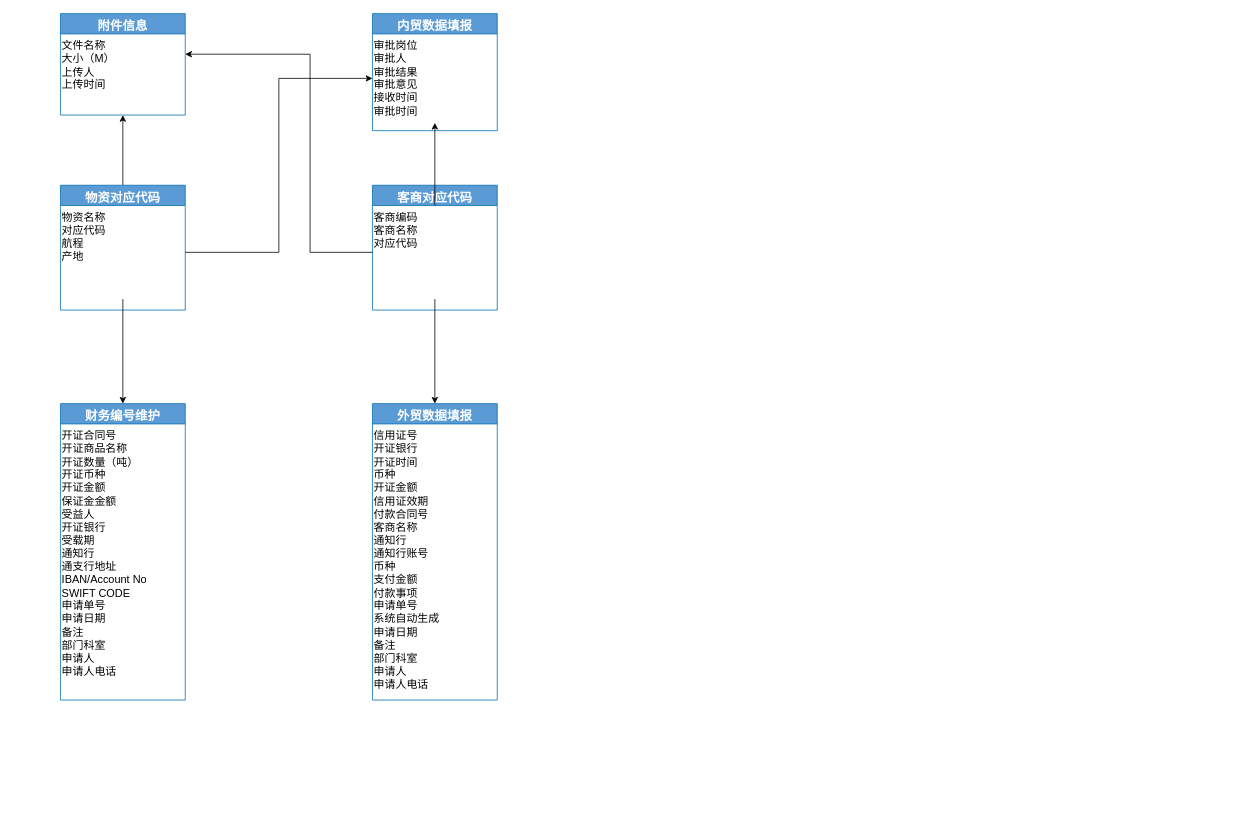
This is page "填报" (3 of 4) of 未命名绘图.drawio from vk567/vk567, a draw.io file, before an edit. Source tidied: cells renumbered, new cells numbered last; positions are measured from the earlier drawing's top-left corner, leaving out a move shared by most shapes. Both pictures are drawn from the tidied source at 78%, with x=0, y=0 at pixel (60, 13).
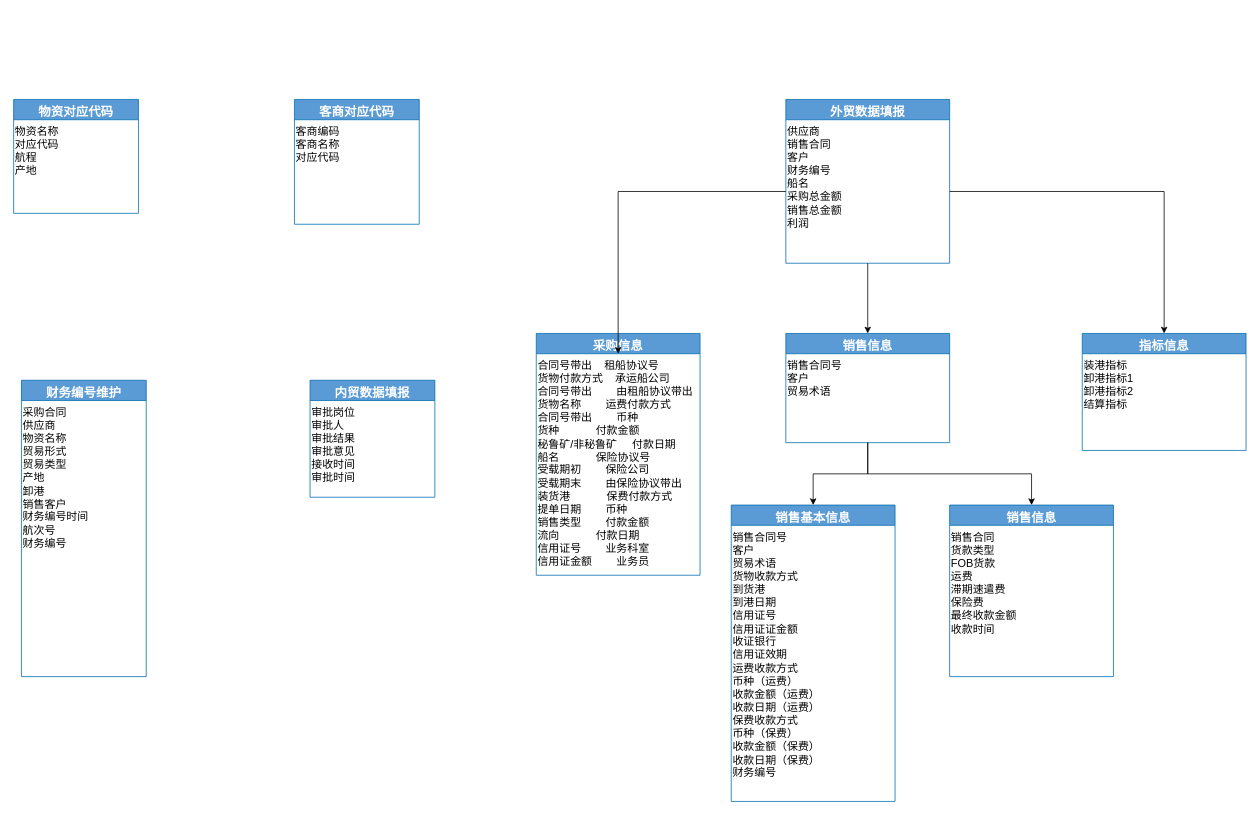
Above is the later version.

Commit message (it also covers changes not shown here):
更新未命名绘图.drawio

The change refers to these unchanged cells:
```xml
<mxCell id="4" value="&lt;div&gt;物资名称&lt;/div&gt;&lt;div&gt;&lt;span style=&quot;font-size: 14px;&quot;&gt;对应代码&lt;/span&gt;&lt;/div&gt;&lt;div&gt;&lt;span style=&quot;font-size: 14px;&quot;&gt;航程&lt;/span&gt;&lt;/div&gt;&lt;div&gt;&lt;span style=&quot;font-size: 14px;&quot;&gt;产地&lt;/span&gt;&lt;/div&gt;" style="text;whiteSpace=wrap;html=1;fontSize=14;" parent="3" vertex="1">
  <mxGeometry y="26" width="160" height="120" as="geometry" />
</mxCell>
<mxCell id="9" value="&lt;div&gt;客商编码&lt;/div&gt;&lt;div&gt;&lt;span style=&quot;font-size: 14px;&quot;&gt;客商名称&lt;/span&gt;&lt;/div&gt;&lt;div&gt;&lt;span style=&quot;font-size: 14px;&quot;&gt;对应代码&lt;/span&gt;&lt;/div&gt;" style="text;whiteSpace=wrap;html=1;fontSize=14;" parent="8" vertex="1">
  <mxGeometry y="26" width="160" height="120" as="geometry" />
</mxCell>
<mxCell id="16" value="&lt;div&gt;审批岗位&lt;/div&gt;&lt;div&gt;&lt;span style=&quot;font-size: 14px;&quot;&gt;审批人&lt;/span&gt;&lt;/div&gt;&lt;div&gt;&lt;span style=&quot;font-size: 14px;&quot;&gt;审批结果&lt;/span&gt;&lt;/div&gt;&lt;div&gt;&lt;span style=&quot;font-size: 14px;&quot;&gt;审批意见&lt;/span&gt;&lt;/div&gt;&lt;div&gt;&lt;span style=&quot;font-size: 14px;&quot;&gt;接收时间&lt;/span&gt;&lt;/div&gt;&lt;div&gt;&lt;span style=&quot;font-size: 14px;&quot;&gt;审批时间&lt;/span&gt;&lt;/div&gt;" style="text;whiteSpace=wrap;html=1;fontSize=14;" parent="15" vertex="1">
  <mxGeometry y="26" width="160" height="114" as="geometry" />
</mxCell>
```

The edit, as a diff of the source:
```diff
@@
-    <mxCell id="2" style="edgeStyle=orthogonalEdgeStyle;rounded=0;jettySize=auto;html=1;entryX=0.5;entryY=1;entryDx=0;entryDy=0;" parent="1" edge="1" source="3" target="14">
-      <mxGeometry relative="1" as="geometry" />
-    </mxCell>
     <mxCell id="3" value="物资对应代码" style="swimlane;fontStyle=1;align=center;verticalAlign=top;horizontal=1;startSize=26;rounded=0;shadow=0;strokeWidth=1;fillColor=#5B9BD5;fontColor=#ffffff;strokeColor=#006EAF;fillStyle=solid;fontSize=16;" parent="1" vertex="1">
-      <mxGeometry y="220" width="160" height="160" as="geometry" />
+      <mxGeometry x="-60" y="110" width="160" height="146" as="geometry" />
     </mxCell>
@@
     <mxCell id="5" value="财务编号维护&#10;" style="swimlane;fontStyle=1;align=center;verticalAlign=top;horizontal=1;startSize=26;rounded=0;shadow=0;strokeWidth=1;fillColor=#5B9BD5;fontColor=#ffffff;strokeColor=#006EAF;fillStyle=solid;fontSize=16;" parent="1" vertex="1">
-      <mxGeometry y="500" width="160" height="380" as="geometry" />
+      <mxGeometry x="-50" y="470" width="160" height="380" as="geometry" />
     </mxCell>
-    <mxCell id="6" value="&lt;div&gt;开证合同号&lt;/div&gt;&lt;div&gt;&lt;span style=&quot;font-size: 14px;&quot;&gt;开证商品名称&lt;/span&gt;&lt;/div&gt;&lt;div&gt;&lt;span style=&quot;font-size: 14px;&quot;&gt;开证数量（吨）&lt;/span&gt;&lt;/div&gt;&lt;div&gt;&lt;span style=&quot;font-size: 14px;&quot;&gt;开证币种&lt;/span&gt;&lt;/div&gt;&lt;div&gt;&lt;span style=&quot;font-size: 14px;&quot;&gt;开证金额&lt;/span&gt;&lt;/div&gt;&lt;div&gt;&lt;span style=&quot;font-size: 14px;&quot;&gt;保证金金额&lt;/span&gt;&lt;/div&gt;&lt;div&gt;&lt;span style=&quot;font-size: 14px;&quot;&gt;受益人&lt;/span&gt;&lt;/div&gt;&lt;div&gt;&lt;span style=&quot;font-size: 14px;&quot;&gt;开证银行&lt;/span&gt;&lt;/div&gt;&lt;div&gt;&lt;span style=&quot;font-size: 14px;&quot;&gt;受载期&lt;/span&gt;&lt;/div&gt;&lt;div&gt;&lt;span style=&quot;font-size: 14px;&quot;&gt;通知行&lt;/span&gt;&lt;/div&gt;&lt;div&gt;&lt;span style=&quot;font-size: 14px;&quot;&gt;通支行地址&lt;/span&gt;&lt;/div&gt;&lt;div&gt;&lt;span style=&quot;font-size: 14px;&quot;&gt;IBAN/Account No&lt;/span&gt;&lt;/div&gt;&lt;div&gt;&lt;span style=&quot;font-size: 14px;&quot;&gt;SWIFT CODE&lt;/span&gt;&lt;/div&gt;&lt;div&gt;&lt;span style=&quot;font-size: 14px;&quot;&gt;申请单号&lt;/span&gt;&lt;/div&gt;&lt;div&gt;&lt;span style=&quot;font-size: 14px;&quot;&gt;申请日期&lt;/span&gt;&lt;/div&gt;&lt;div&gt;&lt;span style=&quot;font-size: 14px;&quot;&gt;备注&lt;/span&gt;&lt;/div&gt;&lt;div&gt;&lt;span style=&quot;font-size: 14px;&quot;&gt;部门科室&lt;/span&gt;&lt;/div&gt;&lt;div&gt;&lt;span style=&quot;font-size: 14px;&quot;&gt;申请人&lt;/span&gt;&lt;/div&gt;&lt;div&gt;&lt;span style=&quot;font-size: 14px;&quot;&gt;申请人电话&lt;/span&gt;&lt;/div&gt;" style="text;whiteSpace=wrap;html=1;fontSize=14;" parent="5" vertex="1">
+    <mxCell id="6" value="&lt;div&gt;采购合同&lt;/div&gt;&lt;div&gt;&lt;span style=&quot;font-size: 14px;&quot;&gt;供应商&lt;/span&gt;&lt;/div&gt;&lt;div&gt;&lt;span style=&quot;font-size: 14px;&quot;&gt;物资名称&lt;/span&gt;&lt;/div&gt;&lt;div&gt;&lt;span style=&quot;font-size: 14px;&quot;&gt;贸易形式&lt;/span&gt;&lt;/div&gt;&lt;div&gt;&lt;span style=&quot;font-size: 14px;&quot;&gt;贸易类型&lt;/span&gt;&lt;/div&gt;&lt;div&gt;&lt;span style=&quot;font-size: 14px;&quot;&gt;产地&lt;/span&gt;&lt;/div&gt;&lt;div&gt;&lt;span style=&quot;font-size: 14px;&quot;&gt;卸港&lt;/span&gt;&lt;/div&gt;&lt;div&gt;&lt;span style=&quot;font-size: 14px;&quot;&gt;销售客户&lt;/span&gt;&lt;/div&gt;&lt;div&gt;&lt;span style=&quot;font-size: 14px;&quot;&gt;财务编号时间&lt;/span&gt;&lt;/div&gt;&lt;div&gt;&lt;span style=&quot;font-size: 14px;&quot;&gt;航次号&lt;/span&gt;&lt;/div&gt;&lt;div&gt;&lt;span style=&quot;font-size: 14px;&quot;&gt;财务编号&lt;/span&gt;&lt;/div&gt;&lt;div&gt;&lt;br&gt;&lt;/div&gt;" style="text;whiteSpace=wrap;html=1;fontSize=14;" parent="5" vertex="1">
       <mxGeometry y="26" width="160" height="354" as="geometry" />
     </mxCell>
-    <mxCell id="7" style="edgeStyle=orthogonalEdgeStyle;rounded=0;jettySize=auto;html=1;" parent="1" edge="1" source="4" target="5">
-      <mxGeometry relative="1" as="geometry" />
-    </mxCell>
     <mxCell id="8" value="客商对应代码" style="swimlane;fontStyle=1;align=center;verticalAlign=top;horizontal=1;startSize=26;rounded=0;shadow=0;strokeWidth=1;fillColor=#5B9BD5;fontColor=#ffffff;strokeColor=#006EAF;fillStyle=solid;fontSize=16;" parent="1" vertex="1">
-      <mxGeometry x="400" y="220" width="160" height="160" as="geometry" />
+      <mxGeometry x="300" y="110" width="160" height="160" as="geometry" />
     </mxCell>
@@
-    <mxCell id="10" value="外贸数据填报" style="swimlane;fontStyle=1;align=center;verticalAlign=top;horizontal=1;startSize=26;rounded=0;shadow=0;strokeWidth=1;fillColor=#5B9BD5;fontColor=#ffffff;strokeColor=#006EAF;fillStyle=solid;fontSize=16;" parent="1" vertex="1">
-      <mxGeometry x="400" y="500" width="160" height="380" as="geometry" />
+    <mxCell id="10" value="采购信息" style="swimlane;fontStyle=1;align=center;verticalAlign=top;horizontal=1;startSize=26;rounded=0;shadow=0;strokeWidth=1;fillColor=#5B9BD5;fontColor=#ffffff;strokeColor=#006EAF;fillStyle=solid;fontSize=16;" parent="1" vertex="1">
+      <mxGeometry x="610" y="410" width="210" height="310" as="geometry" />
     </mxCell>
-    <mxCell id="11" value="&lt;div&gt;信用证号&lt;/div&gt;&lt;div&gt;&lt;span style=&quot;font-size: 14px;&quot;&gt;开证银行&lt;/span&gt;&lt;/div&gt;&lt;div&gt;&lt;span style=&quot;font-size: 14px;&quot;&gt;开证时间&lt;/span&gt;&lt;/div&gt;&lt;div&gt;&lt;span style=&quot;font-size: 14px;&quot;&gt;币种&lt;/span&gt;&lt;/div&gt;&lt;div&gt;&lt;span style=&quot;font-size: 14px;&quot;&gt;开证金额&lt;/span&gt;&lt;/div&gt;&lt;div&gt;&lt;span style=&quot;font-size: 14px;&quot;&gt;信用证效期&lt;/span&gt;&lt;/div&gt;&lt;div&gt;&lt;span style=&quot;font-size: 14px;&quot;&gt;付款合同号&lt;/span&gt;&lt;/div&gt;&lt;div&gt;&lt;span style=&quot;font-size: 14px;&quot;&gt;客商名称&lt;/span&gt;&lt;/div&gt;&lt;div&gt;&lt;span style=&quot;font-size: 14px;&quot;&gt;通知行&lt;/span&gt;&lt;/div&gt;&lt;div&gt;&lt;span style=&quot;font-size: 14px;&quot;&gt;通知行账号&lt;/span&gt;&lt;/div&gt;&lt;div&gt;&lt;span style=&quot;font-size: 14px;&quot;&gt;币种&lt;/span&gt;&lt;/div&gt;&lt;div&gt;&lt;span style=&quot;font-size: 14px;&quot;&gt;支付金额&lt;/span&gt;&lt;/div&gt;&lt;div&gt;&lt;span style=&quot;font-size: 14px;&quot;&gt;付款事项&lt;/span&gt;&lt;/div&gt;&lt;div&gt;&lt;span style=&quot;font-size: 14px;&quot;&gt;申请单号&lt;/span&gt;&lt;/div&gt;&lt;div&gt;&lt;span style=&quot;font-size: 14px;&quot;&gt;系统自动生成&lt;/span&gt;&lt;/div&gt;&lt;div&gt;&lt;span style=&quot;font-size: 14px;&quot;&gt;申请日期&lt;/span&gt;&lt;/div&gt;&lt;div&gt;&lt;span style=&quot;font-size: 14px;&quot;&gt;备注&lt;/span&gt;&lt;/div&gt;&lt;div&gt;&lt;span style=&quot;font-size: 14px;&quot;&gt;部门科室&lt;/span&gt;&lt;/div&gt;&lt;div&gt;&lt;span style=&quot;font-size: 14px;&quot;&gt;申请人&lt;/span&gt;&lt;/div&gt;&lt;div&gt;&lt;span style=&quot;font-size: 14px;&quot;&gt;申请人电话&lt;/span&gt;&lt;/div&gt;" style="text;whiteSpace=wrap;html=1;fontSize=14;" parent="10" vertex="1">
-      <mxGeometry y="26" width="160" height="354" as="geometry" />
+    <mxCell id="11" value="&lt;div&gt;&lt;div&gt;合同号带出&amp;nbsp; &amp;nbsp; 租船协议号&lt;span style=&quot;font-size: 14px;&quot;&gt;&lt;/span&gt;&lt;/div&gt;&lt;div&gt;&lt;span style=&quot;font-size: 14px;&quot;&gt;货物付款方式&lt;span style=&quot;&quot;&gt;&lt;span style=&quot;white-space: pre;&quot;&gt;&amp;nbsp;&amp;nbsp;&amp;nbsp;&amp;nbsp;&lt;/span&gt;&lt;/span&gt;承运船公司&lt;/span&gt;&lt;/div&gt;&lt;div&gt;&lt;span style=&quot;font-size: 14px;&quot;&gt;合同号带出&lt;span style=&quot;&quot;&gt;&lt;span style=&quot;white-space: pre;&quot;&gt;&amp;nbsp;&amp;nbsp;&amp;nbsp;&amp;nbsp;&lt;/span&gt;&lt;span style=&quot;white-space: pre;&quot;&gt;&amp;nbsp;&amp;nbsp;&amp;nbsp;&amp;nbsp;&lt;/span&gt;&lt;/span&gt;由租船协议带出&lt;/span&gt;&lt;/div&gt;&lt;div&gt;&lt;span style=&quot;font-size: 14px;&quot;&gt;货物名称&lt;span style=&quot;&quot;&gt;&lt;span style=&quot;white-space: pre;&quot;&gt;&amp;nbsp;&amp;nbsp;&amp;nbsp;&amp;nbsp;&lt;/span&gt;&lt;span style=&quot;white-space: pre;&quot;&gt;&amp;nbsp;&amp;nbsp;&amp;nbsp;&amp;nbsp;&lt;/span&gt;&lt;/span&gt;运费付款方式&lt;/span&gt;&lt;/div&gt;&lt;div&gt;&lt;span style=&quot;font-size: 14px;&quot;&gt;合同号带出&lt;span style=&quot;&quot;&gt;&lt;span style=&quot;white-space: pre;&quot;&gt;&amp;nbsp;&amp;nbsp;&amp;nbsp;&amp;nbsp;&lt;/span&gt;&lt;span style=&quot;white-space: pre;&quot;&gt;&amp;nbsp;&amp;nbsp;&amp;nbsp;&amp;nbsp;&lt;/span&gt;&lt;/span&gt;币种&lt;/span&gt;&lt;/div&gt;&lt;div&gt;&lt;span style=&quot;font-size: 14px;&quot;&gt;货种&lt;span style=&quot;&quot;&gt;&lt;span style=&quot;white-space: pre;&quot;&gt;&amp;nbsp;&amp;nbsp;&amp;nbsp;&amp;nbsp;&lt;/span&gt;&lt;span style=&quot;white-space: pre;&quot;&gt;&amp;nbsp;&amp;nbsp;&amp;nbsp;&amp;nbsp;&lt;/span&gt;&lt;/span&gt;&amp;nbsp; &amp;nbsp; 付款金额&lt;/span&gt;&lt;/div&gt;&lt;div&gt;&lt;span style=&quot;font-size: 14px;&quot;&gt;秘鲁矿/非秘鲁矿&lt;span style=&quot;&quot;&gt;&lt;span style=&quot;white-space: pre;&quot;&gt;&amp;nbsp;&amp;nbsp;&amp;nbsp;&amp;nbsp;&lt;/span&gt;&lt;/span&gt; 付款日期&lt;/span&gt;&lt;/div&gt;&lt;div&gt;&lt;span style=&quot;font-size: 14px;&quot;&gt;船名&lt;span style=&quot;&quot;&gt;&lt;span style=&quot;white-space: pre;&quot;&gt;&amp;nbsp;&amp;nbsp;&amp;nbsp;&amp;nbsp;&lt;/span&gt;&lt;span style=&quot;white-space: pre;&quot;&gt;&amp;nbsp;&amp;nbsp;&amp;nbsp;&amp;nbsp;&lt;/span&gt;&lt;/span&gt;&amp;nbsp; &amp;nbsp; 保险协议号&lt;/span&gt;&lt;/div&gt;&lt;div&gt;&lt;span style=&quot;font-size: 14px;&quot;&gt;受载期初&lt;span style=&quot;&quot;&gt;&lt;span style=&quot;white-space: pre;&quot;&gt;&amp;nbsp;&amp;nbsp;&amp;nbsp;&amp;nbsp;&lt;/span&gt;&lt;span style=&quot;white-space: pre;&quot;&gt;&amp;nbsp;&amp;nbsp;&amp;nbsp;&amp;nbsp;&lt;/span&gt;&lt;/span&gt;保险公司&lt;/span&gt;&lt;/div&gt;&lt;div&gt;&lt;span style=&quot;font-size: 14px;&quot;&gt;受载期末&lt;span style=&quot;&quot;&gt;&lt;span style=&quot;white-space: pre;&quot;&gt;&amp;nbsp;&amp;nbsp;&amp;nbsp;&amp;nbsp;&lt;/span&gt;&lt;span style=&quot;white-space: pre;&quot;&gt;&amp;nbsp;&amp;nbsp;&amp;nbsp;&amp;nbsp;&lt;/span&gt;&lt;/span&gt;由保险协议带出&lt;/span&gt;&lt;/div&gt;&lt;div&gt;&lt;span style=&quot;font-size: 14px;&quot;&gt;装货港&lt;span style=&quot;&quot;&gt;&lt;span style=&quot;white-space: pre;&quot;&gt;&amp;nbsp;&amp;nbsp;&amp;nbsp;&amp;nbsp;&lt;/span&gt;&lt;span style=&quot;white-space: pre;&quot;&gt;&amp;nbsp;&amp;nbsp;&amp;nbsp;&amp;nbsp;&lt;/span&gt;&lt;/span&gt;&amp;nbsp; &amp;nbsp; 保费付款方式&lt;/span&gt;&lt;/div&gt;&lt;div&gt;&lt;span style=&quot;font-size: 14px;&quot;&gt;提单日期&lt;span style=&quot;&quot;&gt;&lt;span style=&quot;white-space: pre;&quot;&gt;&amp;nbsp;&amp;nbsp;&amp;nbsp;&amp;nbsp;&lt;/span&gt;&lt;span style=&quot;white-space: pre;&quot;&gt;&amp;nbsp;&amp;nbsp;&amp;nbsp;&amp;nbsp;&lt;/span&gt;&lt;/span&gt;币种&lt;/span&gt;&lt;/div&gt;&lt;div&gt;&lt;span style=&quot;font-size: 14px;&quot;&gt;销售类型&lt;span style=&quot;&quot;&gt;&lt;span style=&quot;white-space: pre;&quot;&gt;&amp;nbsp;&amp;nbsp;&amp;nbsp;&amp;nbsp;&lt;/span&gt;&lt;span style=&quot;white-space: pre;&quot;&gt;&amp;nbsp;&amp;nbsp;&amp;nbsp;&amp;nbsp;&lt;/span&gt;&lt;/span&gt;付款金额&lt;/span&gt;&lt;/div&gt;&lt;div&gt;&lt;span style=&quot;font-size: 14px;&quot;&gt;流向&lt;span style=&quot;&quot;&gt;&lt;span style=&quot;white-space: pre;&quot;&gt;&amp;nbsp;&amp;nbsp;&amp;nbsp;&amp;nbsp;&lt;/span&gt;&lt;span style=&quot;white-space: pre;&quot;&gt;&amp;nbsp;&amp;nbsp;&amp;nbsp;&amp;nbsp;&lt;/span&gt;&lt;/span&gt;&amp;nbsp; &amp;nbsp; 付款日期&lt;/span&gt;&lt;/div&gt;&lt;div&gt;&lt;span style=&quot;font-size: 14px;&quot;&gt;信用证号&lt;span style=&quot;&quot;&gt;&lt;span style=&quot;white-space: pre;&quot;&gt;&amp;nbsp;&amp;nbsp;&amp;nbsp;&amp;nbsp;&lt;/span&gt;&lt;span style=&quot;white-space: pre;&quot;&gt;&amp;nbsp;&amp;nbsp;&amp;nbsp;&amp;nbsp;&lt;/span&gt;&lt;/span&gt;业务科室&lt;/span&gt;&lt;/div&gt;&lt;div&gt;&lt;span style=&quot;font-size: 14px;&quot;&gt;信用证金额&lt;span style=&quot;&quot;&gt;&lt;span style=&quot;white-space: pre;&quot;&gt;&amp;nbsp;&amp;nbsp;&amp;nbsp;&amp;nbsp;&lt;/span&gt;&lt;span style=&quot;white-space: pre;&quot;&gt;&amp;nbsp;&amp;nbsp;&amp;nbsp;&amp;nbsp;&lt;/span&gt;&lt;/span&gt;业务员&lt;/span&gt;&lt;/div&gt;&lt;/div&gt;&lt;div&gt;&lt;br&gt;&lt;/div&gt;" style="text;whiteSpace=wrap;html=1;fontSize=14;" parent="10" vertex="1">
+      <mxGeometry y="26" width="210" height="284" as="geometry" />
     </mxCell>
-    <mxCell id="12" style="edgeStyle=orthogonalEdgeStyle;rounded=0;jettySize=auto;html=1;" parent="1" edge="1" source="9" target="10">
-      <mxGeometry relative="1" as="geometry" />
-    </mxCell>
-    <mxCell id="13" value="附件信息" style="swimlane;fontStyle=1;align=center;verticalAlign=top;horizontal=1;startSize=26;rounded=0;shadow=0;strokeWidth=1;fillColor=#5B9BD5;fontColor=#ffffff;strokeColor=#006EAF;fillStyle=solid;fontSize=16;" parent="1" vertex="1">
-      <mxGeometry width="160" height="130" as="geometry" />
-    </mxCell>
-    <mxCell id="14" value="&lt;div&gt;文件名称&lt;/div&gt;&lt;div&gt;&lt;span style=&quot;font-size: 14px;&quot;&gt;大小（M）&lt;/span&gt;&lt;/div&gt;&lt;div&gt;&lt;span style=&quot;font-size: 14px;&quot;&gt;上传人&lt;/span&gt;&lt;/div&gt;&lt;div&gt;&lt;span style=&quot;font-size: 14px;&quot;&gt;上传时间&lt;/span&gt;&lt;/div&gt;" style="text;whiteSpace=wrap;html=1;fontSize=14;" parent="13" vertex="1">
-      <mxGeometry y="26" width="160" height="104" as="geometry" />
-    </mxCell>
     <mxCell id="15" value="内贸数据填报&#10;" style="swimlane;fontStyle=1;align=center;verticalAlign=top;horizontal=1;startSize=26;rounded=0;shadow=0;strokeWidth=1;fillColor=#5B9BD5;fontColor=#ffffff;strokeColor=#006EAF;fillStyle=solid;fontSize=16;" parent="1" vertex="1">
-      <mxGeometry x="400" width="160" height="150" as="geometry" />
+      <mxGeometry x="320" y="470" width="160" height="150" as="geometry" />
     </mxCell>
@@
-    <mxCell id="17" style="edgeStyle=orthogonalEdgeStyle;rounded=0;jettySize=auto;html=1;" parent="1" edge="1" source="9" target="16">
-      <mxGeometry relative="1" as="geometry" />
-    </mxCell>
-    <mxCell id="18" style="edgeStyle=orthogonalEdgeStyle;rounded=0;jettySize=auto;html=1;entryX=1;entryY=0.25;entryDx=0;entryDy=0;" parent="1" edge="1" source="9" target="14">
-      <mxGeometry relative="1" as="geometry">
-        <Array as="points">
-          <mxPoint x="320" y="306" />
-          <mxPoint x="320" y="52" />
-        </Array>
-      </mxGeometry>
-    </mxCell>
-    <mxCell id="19" style="edgeStyle=orthogonalEdgeStyle;rounded=0;jettySize=auto;html=1;entryX=0;entryY=0.5;entryDx=0;entryDy=0;" parent="1" edge="1" source="4" target="16">
-      <mxGeometry relative="1" as="geometry" />
-    </mxCell>
+    <mxCell id="20" value="销售基本信息" style="swimlane;fontStyle=1;align=center;verticalAlign=top;horizontal=1;startSize=26;rounded=0;shadow=0;strokeWidth=1;fillColor=#5B9BD5;fontColor=#ffffff;strokeColor=#006EAF;fillStyle=solid;fontSize=16;" parent="1" vertex="1">
+      <mxGeometry x="860" y="630" width="210" height="380" as="geometry" />
+    </mxCell>
+    <mxCell id="21" value="&lt;div&gt;&lt;div&gt;&lt;div&gt;销售合同号&lt;/div&gt;&lt;div&gt;&lt;span style=&quot;font-size: 14px;&quot;&gt;客户&lt;/span&gt;&lt;/div&gt;&lt;div&gt;&lt;span style=&quot;font-size: 14px;&quot;&gt;贸易术语&lt;/span&gt;&lt;/div&gt;&lt;div&gt;&lt;span style=&quot;font-size: 14px;&quot;&gt;货物收款方式&lt;/span&gt;&lt;/div&gt;&lt;div&gt;&lt;span style=&quot;font-size: 14px;&quot;&gt;到货港&lt;/span&gt;&lt;/div&gt;&lt;div&gt;&lt;span style=&quot;font-size: 14px;&quot;&gt;到港日期&lt;/span&gt;&lt;/div&gt;&lt;div&gt;&lt;span style=&quot;font-size: 14px;&quot;&gt;信用证号&lt;/span&gt;&lt;/div&gt;&lt;div&gt;&lt;span style=&quot;font-size: 14px;&quot;&gt;信用证证金额&lt;/span&gt;&lt;/div&gt;&lt;div&gt;&lt;span style=&quot;font-size: 14px;&quot;&gt;收证银行&lt;/span&gt;&lt;/div&gt;&lt;div&gt;&lt;span style=&quot;font-size: 14px;&quot;&gt;信用证效期&lt;/span&gt;&lt;/div&gt;&lt;div&gt;&lt;span style=&quot;font-size: 14px;&quot;&gt;运费收款方式&lt;/span&gt;&lt;/div&gt;&lt;div&gt;&lt;span style=&quot;font-size: 14px;&quot;&gt;币种（运费）&lt;/span&gt;&lt;/div&gt;&lt;div&gt;&lt;span style=&quot;font-size: 14px;&quot;&gt;收款金额（运费）&lt;/span&gt;&lt;/div&gt;&lt;div&gt;&lt;span style=&quot;font-size: 14px;&quot;&gt;收款日期（运费）&lt;/span&gt;&lt;/div&gt;&lt;div&gt;&lt;span style=&quot;font-size: 14px;&quot;&gt;保费收款方式&lt;/span&gt;&lt;/div&gt;&lt;div&gt;&lt;span style=&quot;font-size: 14px;&quot;&gt;币种（保费）&lt;/span&gt;&lt;/div&gt;&lt;div&gt;&lt;span style=&quot;font-size: 14px;&quot;&gt;收款金额（保费）&lt;/span&gt;&lt;/div&gt;&lt;div&gt;&lt;span style=&quot;font-size: 14px;&quot;&gt;收款日期（保费）&lt;/span&gt;&lt;/div&gt;&lt;div&gt;&lt;span style=&quot;font-size: 14px;&quot;&gt;财务编号&lt;/span&gt;&lt;/div&gt;&lt;/div&gt;&lt;/div&gt;" style="text;whiteSpace=wrap;html=1;fontSize=14;" parent="20" vertex="1">
+      <mxGeometry y="26" width="210" height="354" as="geometry" />
+    </mxCell>
+    <mxCell id="22" value="外贸数据填报" style="swimlane;fontStyle=1;align=center;verticalAlign=top;horizontal=1;startSize=26;rounded=0;shadow=0;strokeWidth=1;fillColor=#5B9BD5;fontColor=#ffffff;strokeColor=#006EAF;fillStyle=solid;fontSize=16;" parent="1" vertex="1">
+      <mxGeometry x="930" y="110" width="210" height="210" as="geometry" />
+    </mxCell>
+    <mxCell id="23" value="&lt;div&gt;&lt;div&gt;&lt;div&gt;供应商&lt;/div&gt;&lt;div&gt;&lt;span style=&quot;font-size: 14px;&quot;&gt;销售合同&lt;/span&gt;&lt;/div&gt;&lt;div&gt;&lt;span style=&quot;font-size: 14px;&quot;&gt;客户&lt;/span&gt;&lt;/div&gt;&lt;div&gt;&lt;span style=&quot;font-size: 14px;&quot;&gt;财务编号&lt;/span&gt;&lt;/div&gt;&lt;div&gt;&lt;span style=&quot;font-size: 14px;&quot;&gt;船名&lt;/span&gt;&lt;/div&gt;&lt;div&gt;&lt;span style=&quot;font-size: 14px;&quot;&gt;采购总金额&lt;/span&gt;&lt;/div&gt;&lt;div&gt;&lt;span style=&quot;font-size: 14px;&quot;&gt;销售总金额&lt;/span&gt;&lt;/div&gt;&lt;div&gt;&lt;span style=&quot;font-size: 14px;&quot;&gt;利润&lt;/span&gt;&lt;/div&gt;&lt;/div&gt;&lt;/div&gt;" style="text;whiteSpace=wrap;html=1;fontSize=14;" parent="22" vertex="1">
+      <mxGeometry y="26" width="210" height="184" as="geometry" />
+    </mxCell>
+    <mxCell id="24" value="销售信息" style="swimlane;fontStyle=1;align=center;verticalAlign=top;horizontal=1;startSize=26;rounded=0;shadow=0;strokeWidth=1;fillColor=#5B9BD5;fontColor=#ffffff;strokeColor=#006EAF;fillStyle=solid;fontSize=16;" parent="1" vertex="1">
+      <mxGeometry x="930" y="410" width="210" height="140" as="geometry" />
+    </mxCell>
+    <mxCell id="25" value="&lt;div&gt;销售合同号&lt;/div&gt;&lt;div&gt;&lt;span style=&quot;font-size: 14px;&quot;&gt;客户&lt;/span&gt;&lt;/div&gt;&lt;div&gt;&lt;span style=&quot;font-size: 14px;&quot;&gt;贸易术语&lt;/span&gt;&lt;/div&gt;&lt;div&gt;&lt;br&gt;&lt;/div&gt;" style="text;whiteSpace=wrap;html=1;fontSize=14;" parent="24" vertex="1">
+      <mxGeometry y="26" width="210" height="114" as="geometry" />
+    </mxCell>
+    <mxCell id="26" value="销售信息" style="swimlane;fontStyle=1;align=center;verticalAlign=top;horizontal=1;startSize=26;rounded=0;shadow=0;strokeWidth=1;fillColor=#5B9BD5;fontColor=#ffffff;strokeColor=#006EAF;fillStyle=solid;fontSize=16;" parent="1" vertex="1">
+      <mxGeometry x="1140" y="630" width="210" height="220" as="geometry" />
+    </mxCell>
+    <mxCell id="27" value="&lt;div&gt;&lt;div&gt;销售合同&lt;/div&gt;&lt;div&gt;&lt;span style=&quot;font-size: 14px;&quot;&gt;货款类型&lt;/span&gt;&lt;/div&gt;&lt;div&gt;&lt;span style=&quot;font-size: 14px;&quot;&gt;FOB货款&lt;/span&gt;&lt;/div&gt;&lt;div&gt;&lt;span style=&quot;font-size: 14px;&quot;&gt;运费&lt;/span&gt;&lt;/div&gt;&lt;div&gt;&lt;span style=&quot;font-size: 14px;&quot;&gt;滞期速遣费&lt;/span&gt;&lt;/div&gt;&lt;div&gt;&lt;span style=&quot;font-size: 14px;&quot;&gt;保险费&lt;/span&gt;&lt;/div&gt;&lt;div&gt;&lt;span style=&quot;font-size: 14px;&quot;&gt;最终收款金额&lt;/span&gt;&lt;/div&gt;&lt;div&gt;&lt;span style=&quot;font-size: 14px;&quot;&gt;收款时间&lt;/span&gt;&lt;/div&gt;&lt;/div&gt;" style="text;whiteSpace=wrap;html=1;fontSize=14;" parent="26" vertex="1">
+      <mxGeometry y="26" width="210" height="194" as="geometry" />
+    </mxCell>
+    <mxCell id="28" value="指标信息" style="swimlane;fontStyle=1;align=center;verticalAlign=top;horizontal=1;startSize=26;rounded=0;shadow=0;strokeWidth=1;fillColor=#5B9BD5;fontColor=#ffffff;strokeColor=#006EAF;fillStyle=solid;fontSize=16;" parent="1" vertex="1">
+      <mxGeometry x="1310" y="410" width="210" height="150" as="geometry" />
+    </mxCell>
+    <mxCell id="29" value="&lt;div&gt;装港指标&lt;/div&gt;&lt;div&gt;&lt;span style=&quot;font-size: 14px;&quot;&gt;卸港指标1&lt;/span&gt;&lt;/div&gt;&lt;div&gt;&lt;span style=&quot;font-size: 14px;&quot;&gt;卸港指标2&lt;/span&gt;&lt;/div&gt;&lt;div&gt;&lt;span style=&quot;font-size: 14px;&quot;&gt;结算指标&lt;/span&gt;&lt;/div&gt;&lt;div&gt;&lt;br&gt;&lt;/div&gt;" style="text;whiteSpace=wrap;html=1;fontSize=14;" parent="28" vertex="1">
+      <mxGeometry y="26" width="210" height="124" as="geometry" />
+    </mxCell>
+    <mxCell id="30" style="edgeStyle=orthogonalEdgeStyle;rounded=0;jettySize=auto;html=1;entryX=0.5;entryY=0;entryDx=0;entryDy=0;" parent="1" edge="1" source="23" target="24">
+      <mxGeometry relative="1" as="geometry" />
+    </mxCell>
+    <mxCell id="31" style="edgeStyle=orthogonalEdgeStyle;rounded=0;jettySize=auto;html=1;" parent="1" edge="1" source="25" target="20">
+      <mxGeometry relative="1" as="geometry" />
+    </mxCell>
+    <mxCell id="32" style="edgeStyle=orthogonalEdgeStyle;rounded=0;jettySize=auto;html=1;entryX=0.5;entryY=0;entryDx=0;entryDy=0;" parent="1" edge="1" source="25" target="26">
+      <mxGeometry relative="1" as="geometry" />
+    </mxCell>
+    <mxCell id="33" style="edgeStyle=orthogonalEdgeStyle;rounded=0;jettySize=auto;html=1;entryX=0.5;entryY=0;entryDx=0;entryDy=0;" parent="1" edge="1" source="23" target="11">
+      <mxGeometry relative="1" as="geometry" />
+    </mxCell>
+    <mxCell id="34" style="edgeStyle=orthogonalEdgeStyle;rounded=0;jettySize=auto;html=1;" parent="1" edge="1" source="23" target="28">
+      <mxGeometry relative="1" as="geometry" />
+    </mxCell>
```
